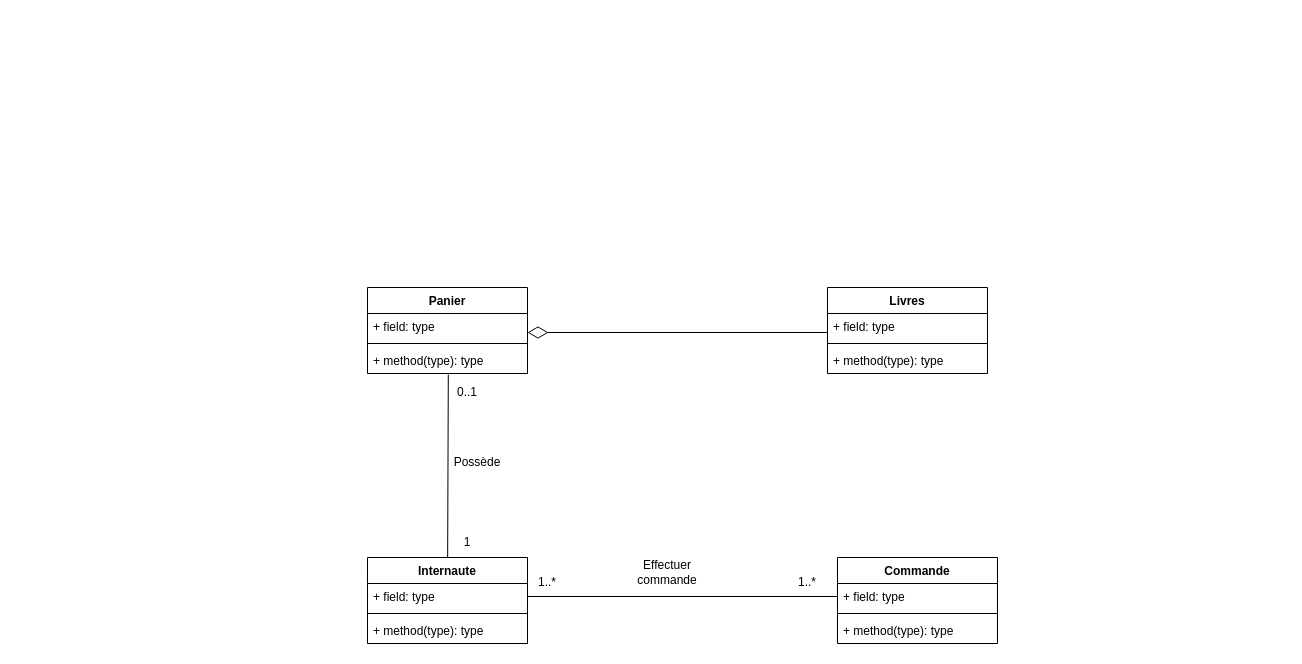
Above: page "Modèle du domaine" (5 of 6) of UML.drawio in zeuss32/analyse-et-modelisation-lab1 (draw.io), before the change. Source tidied: cells renumbered, new cells numbered last; positions are measured from the earlier drawing's top-left corner, leaving out a move shared by most shapes. Both pictures are drawn from the tidied source at 100%, with x=0, y=0 at pixel (367, 287).
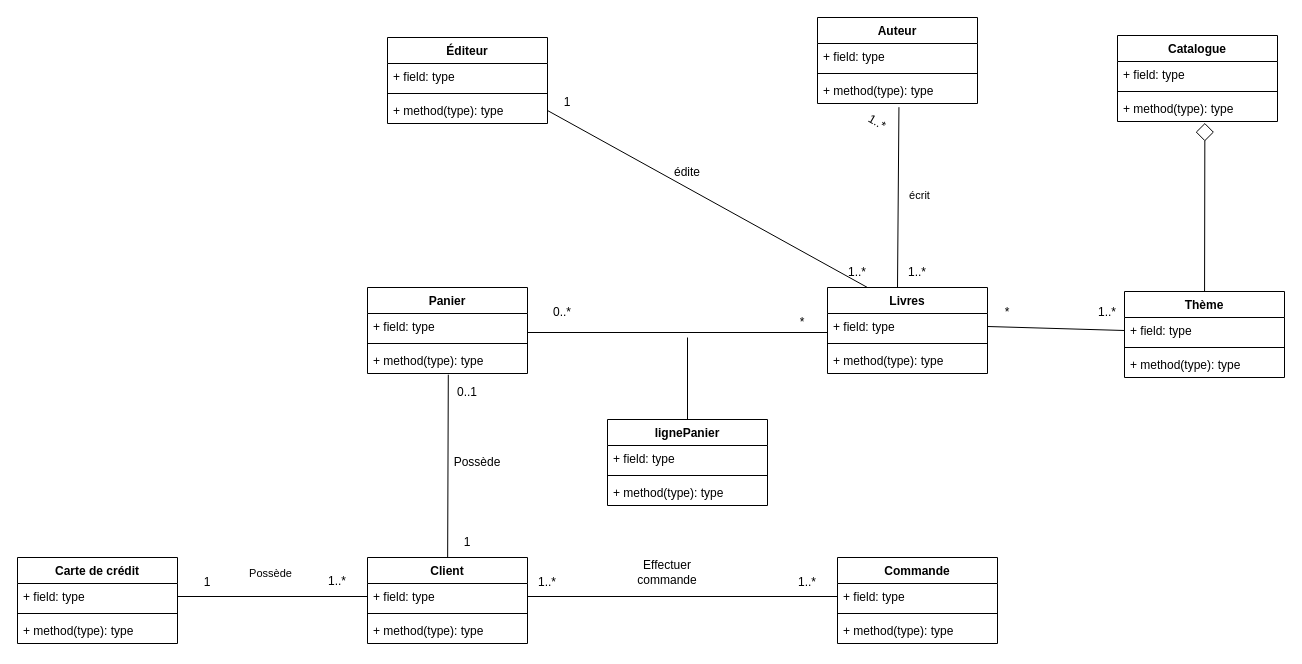
The same diagram, later.

Commit message:
Mettre à jour UML.drawio

The change refers to these unchanged cells:
```xml
<mxCell id="3" value="Livres" style="swimlane;fontStyle=1;align=center;verticalAlign=top;horizontal=1;startSize=26;whiteSpace=wrap;html=1;" parent="1" vertex="1">
  <mxGeometry x="460" width="160" height="86" as="geometry" />
</mxCell>
<mxCell id="4" value="+ field: type" style="text;strokeColor=none;fillColor=none;align=left;verticalAlign=top;spacingLeft=4;spacingRight=4;overflow=hidden;points=[[0,0.5],[1,0.5]];portConstraint=eastwest;whiteSpace=wrap;html=1;" parent="3" vertex="1">
  <mxGeometry y="26" width="160" height="26" as="geometry" />
</mxCell>
<mxCell id="8" value="+ field: type" style="text;strokeColor=none;fillColor=none;align=left;verticalAlign=top;spacingLeft=4;spacingRight=4;overflow=hidden;points=[[0,0.5],[1,0.5]];portConstraint=eastwest;whiteSpace=wrap;html=1;" parent="7" vertex="1">
  <mxGeometry y="26" width="160" height="26" as="geometry" />
</mxCell>
<mxCell id="13" value="+ field: type" style="text;strokeColor=none;fillColor=none;align=left;verticalAlign=top;spacingLeft=4;spacingRight=4;overflow=hidden;points=[[0,0.5],[1,0.5]];portConstraint=eastwest;whiteSpace=wrap;html=1;" parent="12" vertex="1">
  <mxGeometry y="26" width="160" height="26" as="geometry" />
</mxCell>
```

Diff of the diagram source:
```diff
@@
-    <mxCell id="2" style="edgeStyle=orthogonalEdgeStyle;rounded=0;orthogonalLoop=1;jettySize=auto;html=1;endArrow=diamondThin;endFill=0;exitX=0;exitY=0.5;exitDx=0;exitDy=0;strokeWidth=1;endSize=18;" parent="1" edge="1">
+    <mxCell id="2" style="edgeStyle=orthogonalEdgeStyle;rounded=0;orthogonalLoop=1;jettySize=auto;html=1;endArrow=none;endFill=0;exitX=0;exitY=0.5;exitDx=0;exitDy=0;strokeWidth=1;endSize=18;" parent="1" edge="1">
       <mxGeometry relative="1" as="geometry">
         <mxPoint x="460" y="45" as="sourcePoint" />
         <mxPoint x="160" y="45" as="targetPoint" />
       </mxGeometry>
     </mxCell>
+    <mxCell id="27" style="rounded=0;jettySize=auto;html=1;exitX=0.25;exitY=0;exitDx=0;exitDy=0;entryX=1;entryY=0.5;entryDx=0;entryDy=0;endArrow=none;endFill=0;" parent="1" edge="1" source="3" target="35">
+      <mxGeometry relative="1" as="geometry" />
+    </mxCell>
@@
-    <mxCell id="12" value="Internaute" style="swimlane;fontStyle=1;align=center;verticalAlign=top;horizontal=1;startSize=26;whiteSpace=wrap;html=1;" parent="1" vertex="1">
+    <mxCell id="12" value="Client" style="swimlane;fontStyle=1;align=center;verticalAlign=top;horizontal=1;startSize=26;whiteSpace=wrap;html=1;" parent="1" vertex="1">
       <mxGeometry y="270" width="160" height="86" as="geometry" />
     </mxCell>
@@
+    <mxCell id="28" value="Auteur" style="swimlane;fontStyle=1;align=center;verticalAlign=top;horizontal=1;startSize=26;whiteSpace=wrap;html=1;" parent="1" vertex="1">
+      <mxGeometry x="450" y="-270" width="160" height="86" as="geometry" />
+    </mxCell>
+    <mxCell id="29" value="+ field: type" style="text;strokeColor=none;fillColor=none;align=left;verticalAlign=top;spacingLeft=4;spacingRight=4;overflow=hidden;whiteSpace=wrap;html=1;" parent="28" vertex="1">
+      <mxGeometry y="26" width="160" height="26" as="geometry" />
+    </mxCell>
+    <mxCell id="30" style="line;strokeWidth=1;fillColor=none;align=left;verticalAlign=middle;spacingTop=-1;spacingLeft=3;spacingRight=3;labelPosition=right;strokeColor=inherit;" parent="28" vertex="1">
+      <mxGeometry y="52" width="160" height="8" as="geometry" />
+    </mxCell>
+    <mxCell id="31" value="+ method(type): type" style="text;strokeColor=none;fillColor=none;align=left;verticalAlign=top;spacingLeft=4;spacingRight=4;overflow=hidden;points=[[0,0.5],[1,0.5]];portConstraint=eastwest;whiteSpace=wrap;html=1;" parent="28" vertex="1">
+      <mxGeometry y="60" width="160" height="26" as="geometry" />
+    </mxCell>
+    <mxCell id="32" value="Éditeur" style="swimlane;fontStyle=1;align=center;verticalAlign=top;horizontal=1;startSize=26;whiteSpace=wrap;html=1;" parent="1" vertex="1">
+      <mxGeometry x="20" y="-250" width="160" height="86" as="geometry" />
+    </mxCell>
+    <mxCell id="33" value="+ field: type" style="text;strokeColor=none;fillColor=none;align=left;verticalAlign=top;spacingLeft=4;spacingRight=4;overflow=hidden;whiteSpace=wrap;html=1;" parent="32" vertex="1">
+      <mxGeometry y="26" width="160" height="26" as="geometry" />
+    </mxCell>
+    <mxCell id="34" style="line;strokeWidth=1;fillColor=none;align=left;verticalAlign=middle;spacingTop=-1;spacingLeft=3;spacingRight=3;labelPosition=right;strokeColor=inherit;" parent="32" vertex="1">
+      <mxGeometry y="52" width="160" height="8" as="geometry" />
+    </mxCell>
+    <mxCell id="35" value="+ method(type): type" style="text;strokeColor=none;fillColor=none;align=left;verticalAlign=top;spacingLeft=4;spacingRight=4;overflow=hidden;points=[[0,0.5],[1,0.5]];portConstraint=eastwest;whiteSpace=wrap;html=1;" parent="32" vertex="1">
+      <mxGeometry y="60" width="160" height="26" as="geometry" />
+    </mxCell>
+    <mxCell id="36" value="1..*" style="text;html=1;whiteSpace=wrap;strokeColor=none;fillColor=none;align=center;verticalAlign=middle;rounded=0;rotation=30;" parent="1" vertex="1">
+      <mxGeometry x="470" y="-180" width="80" height="30" as="geometry" />
+    </mxCell>
+    <mxCell id="37" value="écrit" style="rounded=0;jettySize=auto;html=1;endArrow=none;endFill=0;exitX=0.509;exitY=1.142;exitDx=0;exitDy=0;exitPerimeter=0;" parent="1" edge="1" source="31">
+      <mxGeometry x="-0.02" y="21" relative="1" as="geometry">
+        <mxPoint x="530" as="targetPoint" />
+      </mxGeometry>
+    </mxCell>
+    <mxCell id="38" style="rounded=0;jettySize=auto;html=1;exitX=1;exitY=0.5;exitDx=0;exitDy=0;entryX=0;entryY=0.5;entryDx=0;entryDy=0;endArrow=diamond;endFill=0;" parent="1" edge="1" target="8">
+      <mxGeometry relative="1" as="geometry" />
+    </mxCell>
+    <mxCell id="39" value="Carte de crédit" style="swimlane;fontStyle=1;align=center;verticalAlign=top;horizontal=1;startSize=26;whiteSpace=wrap;html=1;" parent="1" vertex="1">
+      <mxGeometry x="-350" y="270" width="160" height="86" as="geometry" />
+    </mxCell>
+    <mxCell id="40" value="+ field: type" style="text;strokeColor=none;fillColor=none;align=left;verticalAlign=top;spacingLeft=4;spacingRight=4;overflow=hidden;points=[[0,0.5],[1,0.5]];portConstraint=eastwest;whiteSpace=wrap;html=1;" parent="39" vertex="1">
+      <mxGeometry y="26" width="160" height="26" as="geometry" />
+    </mxCell>
+    <mxCell id="41" style="line;strokeWidth=1;fillColor=none;align=left;verticalAlign=middle;spacingTop=-1;spacingLeft=3;spacingRight=3;labelPosition=right;strokeColor=inherit;" parent="39" vertex="1">
+      <mxGeometry y="52" width="160" height="8" as="geometry" />
+    </mxCell>
+    <mxCell id="42" value="+ method(type): type" style="text;strokeColor=none;fillColor=none;align=left;verticalAlign=top;spacingLeft=4;spacingRight=4;overflow=hidden;whiteSpace=wrap;html=1;" parent="39" vertex="1">
+      <mxGeometry y="60" width="160" height="26" as="geometry" />
+    </mxCell>
+    <mxCell id="43" value="1" style="text;html=1;whiteSpace=wrap;strokeColor=none;fillColor=none;align=center;verticalAlign=middle;rounded=0;" parent="1" vertex="1">
+      <mxGeometry x="170" y="-200" width="60" height="30" as="geometry" />
+    </mxCell>
+    <mxCell id="44" style="edgeStyle=orthogonalEdgeStyle;rounded=0;jettySize=auto;html=1;entryX=0;entryY=0.5;entryDx=0;entryDy=0;endArrow=none;endFill=0;" parent="1" edge="1" source="40" target="13">
+      <mxGeometry relative="1" as="geometry" />
+    </mxCell>
+    <mxCell id="45" value="Possède" style="edgeLabel;html=1;align=center;verticalAlign=middle;" parent="44" vertex="1">
+      <mxGeometry x="-0.03" y="2" relative="1" as="geometry">
+        <mxPoint y="-22" as="offset" />
+      </mxGeometry>
+    </mxCell>
+    <mxCell id="46" value="édite" style="text;html=1;whiteSpace=wrap;strokeColor=none;fillColor=none;align=center;verticalAlign=middle;rounded=0;" parent="1" vertex="1">
+      <mxGeometry x="290" y="-130" width="60" height="30" as="geometry" />
+    </mxCell>
+    <mxCell id="47" value="1..*" style="text;html=1;whiteSpace=wrap;strokeColor=none;fillColor=none;align=center;verticalAlign=middle;rounded=0;" parent="1" vertex="1">
+      <mxGeometry x="-50" y="279" width="40" height="30" as="geometry" />
+    </mxCell>
+    <mxCell id="48" value="1..*" style="text;html=1;whiteSpace=wrap;strokeColor=none;fillColor=none;align=center;verticalAlign=middle;rounded=0;" parent="1" vertex="1">
+      <mxGeometry x="460" y="-30" width="60" height="30" as="geometry" />
+    </mxCell>
+    <mxCell id="49" value="1" style="text;html=1;whiteSpace=wrap;strokeColor=none;fillColor=none;align=center;verticalAlign=middle;rounded=0;" parent="1" vertex="1">
+      <mxGeometry x="-175" y="280" width="30" height="30" as="geometry" />
+    </mxCell>
+    <mxCell id="50" value="1..*" style="text;html=1;whiteSpace=wrap;strokeColor=none;fillColor=none;align=center;verticalAlign=middle;rounded=0;" parent="1" vertex="1">
+      <mxGeometry x="520" y="-30" width="60" height="30" as="geometry" />
+    </mxCell>
+    <mxCell id="51" style="edgeStyle=orthogonalEdgeStyle;rounded=0;jettySize=auto;html=1;endArrow=none;endFill=0;" parent="1" edge="1" source="52">
+      <mxGeometry relative="1" as="geometry">
+        <mxPoint x="320" y="50" as="targetPoint" />
+      </mxGeometry>
+    </mxCell>
+    <mxCell id="52" value="lignePanier" style="swimlane;fontStyle=1;align=center;verticalAlign=top;horizontal=1;startSize=26;whiteSpace=wrap;html=1;" parent="1" vertex="1">
+      <mxGeometry x="240" y="132" width="160" height="86" as="geometry" />
+    </mxCell>
+    <mxCell id="53" value="+ field: type" style="text;strokeColor=none;fillColor=none;align=left;verticalAlign=top;spacingLeft=4;spacingRight=4;overflow=hidden;whiteSpace=wrap;html=1;" parent="52" vertex="1">
+      <mxGeometry y="26" width="160" height="26" as="geometry" />
+    </mxCell>
+    <mxCell id="54" style="line;strokeWidth=1;fillColor=none;align=left;verticalAlign=middle;spacingTop=-1;spacingLeft=3;spacingRight=3;labelPosition=right;strokeColor=inherit;" parent="52" vertex="1">
+      <mxGeometry y="52" width="160" height="8" as="geometry" />
+    </mxCell>
+    <mxCell id="55" value="+ method(type): type" style="text;strokeColor=none;fillColor=none;align=left;verticalAlign=top;spacingLeft=4;spacingRight=4;overflow=hidden;whiteSpace=wrap;html=1;" parent="52" vertex="1">
+      <mxGeometry y="60" width="160" height="26" as="geometry" />
+    </mxCell>
+    <mxCell id="56" value="0..*" style="text;html=1;whiteSpace=wrap;strokeColor=none;fillColor=none;align=center;verticalAlign=middle;rounded=0;" parent="1" vertex="1">
+      <mxGeometry x="175" y="10" width="40" height="30" as="geometry" />
+    </mxCell>
+    <mxCell id="57" value="*" style="text;html=1;whiteSpace=wrap;strokeColor=none;fillColor=none;align=center;verticalAlign=middle;rounded=0;" parent="1" vertex="1">
+      <mxGeometry x="420" y="20" width="30" height="30" as="geometry" />
+    </mxCell>
+    <mxCell id="58" value="Catalogue" style="swimlane;fontStyle=1;align=center;verticalAlign=top;horizontal=1;startSize=26;whiteSpace=wrap;html=1;" parent="1" vertex="1">
+      <mxGeometry x="750" y="-252" width="160" height="86" as="geometry" />
+    </mxCell>
+    <mxCell id="59" value="+ field: type" style="text;strokeColor=none;fillColor=none;align=left;verticalAlign=top;spacingLeft=4;spacingRight=4;overflow=hidden;whiteSpace=wrap;html=1;" parent="58" vertex="1">
+      <mxGeometry y="26" width="160" height="26" as="geometry" />
+    </mxCell>
+    <mxCell id="60" style="line;strokeWidth=1;fillColor=none;align=left;verticalAlign=middle;spacingTop=-1;spacingLeft=3;spacingRight=3;labelPosition=right;strokeColor=inherit;" parent="58" vertex="1">
+      <mxGeometry y="52" width="160" height="8" as="geometry" />
+    </mxCell>
+    <mxCell id="61" value="+ method(type): type" style="text;strokeColor=none;fillColor=none;align=left;verticalAlign=top;spacingLeft=4;spacingRight=4;overflow=hidden;points=[[0,0.5],[1,0.5]];portConstraint=eastwest;whiteSpace=wrap;html=1;" parent="58" vertex="1">
+      <mxGeometry y="60" width="160" height="26" as="geometry" />
+    </mxCell>
+    <mxCell id="62" style="rounded=0;jettySize=auto;html=1;endArrow=diamond;endFill=0;entryX=0.546;entryY=1.055;entryDx=0;entryDy=0;entryPerimeter=0;endSize=16;" parent="1" edge="1" source="63" target="61">
+      <mxGeometry relative="1" as="geometry" />
+    </mxCell>
+    <mxCell id="63" value="Thème" style="swimlane;fontStyle=1;align=center;verticalAlign=top;horizontal=1;startSize=26;whiteSpace=wrap;html=1;" parent="1" vertex="1">
+      <mxGeometry x="757" y="4" width="160" height="86" as="geometry" />
+    </mxCell>
+    <mxCell id="64" value="+ field: type" style="text;strokeColor=none;fillColor=none;align=left;verticalAlign=top;spacingLeft=4;spacingRight=4;overflow=hidden;points=[[0,0.5],[1,0.5]];portConstraint=eastwest;whiteSpace=wrap;html=1;" parent="63" vertex="1">
+      <mxGeometry y="26" width="160" height="26" as="geometry" />
+    </mxCell>
+    <mxCell id="65" style="line;strokeWidth=1;fillColor=none;align=left;verticalAlign=middle;spacingTop=-1;spacingLeft=3;spacingRight=3;labelPosition=right;strokeColor=inherit;" parent="63" vertex="1">
+      <mxGeometry y="52" width="160" height="8" as="geometry" />
+    </mxCell>
+    <mxCell id="66" value="+ method(type): type" style="text;strokeColor=none;fillColor=none;align=left;verticalAlign=top;spacingLeft=4;spacingRight=4;overflow=hidden;whiteSpace=wrap;html=1;" parent="63" vertex="1">
+      <mxGeometry y="60" width="160" height="26" as="geometry" />
+    </mxCell>
+    <mxCell id="67" style="rounded=0;jettySize=auto;html=1;exitX=1;exitY=0.5;exitDx=0;exitDy=0;entryX=0;entryY=0.5;entryDx=0;entryDy=0;endArrow=none;endFill=0;" parent="1" edge="1" source="4" target="64">
+      <mxGeometry relative="1" as="geometry" />
+    </mxCell>
+    <mxCell id="68" value="*" style="text;html=1;whiteSpace=wrap;strokeColor=none;fillColor=none;align=center;verticalAlign=middle;rounded=0;" parent="1" vertex="1">
+      <mxGeometry x="610" y="10" width="60" height="30" as="geometry" />
+    </mxCell>
+    <mxCell id="69" value="1..*" style="text;html=1;whiteSpace=wrap;strokeColor=none;fillColor=none;align=center;verticalAlign=middle;rounded=0;" parent="1" vertex="1">
+      <mxGeometry x="710" y="10" width="60" height="30" as="geometry" />
+    </mxCell>
```
